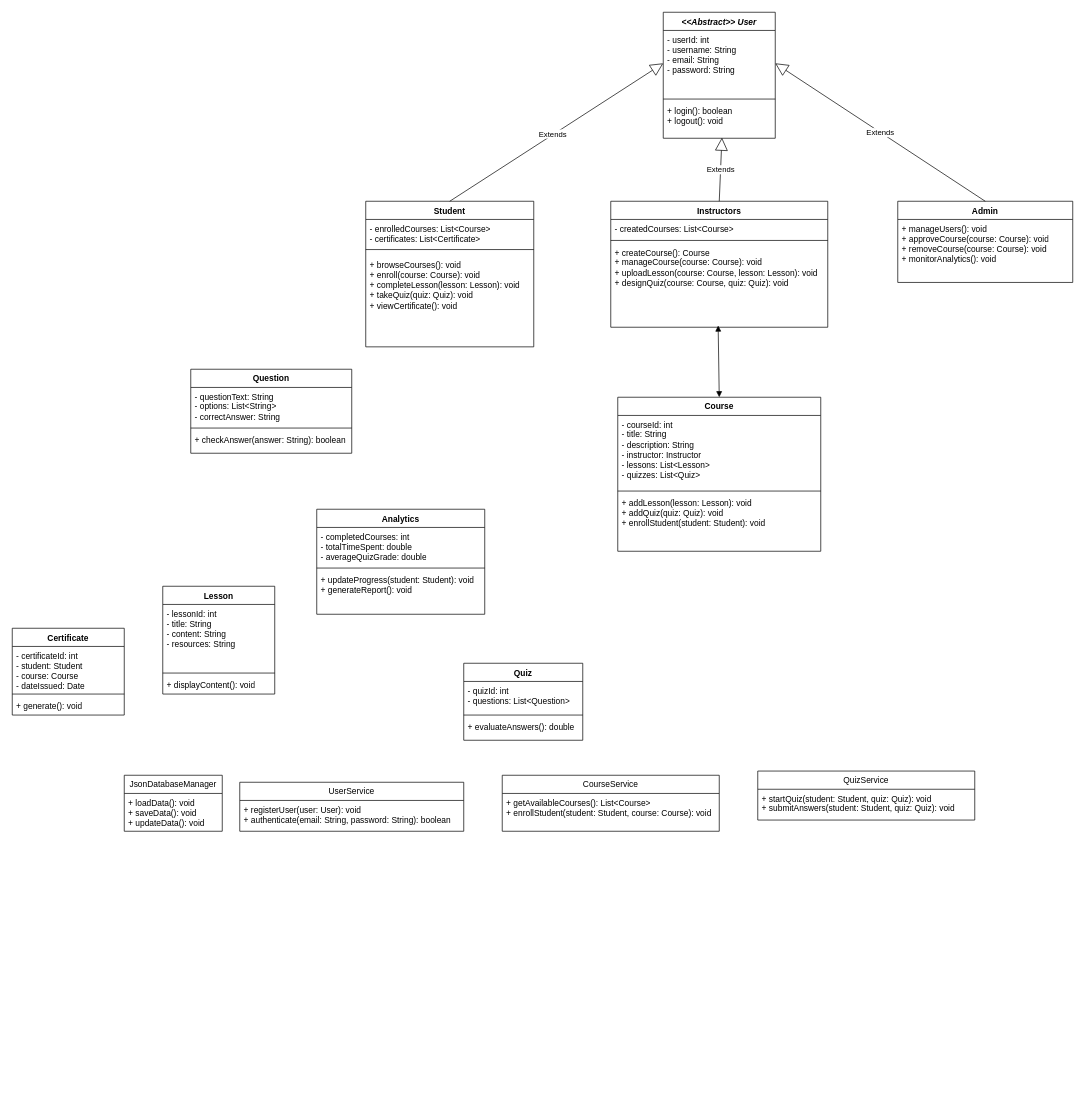
Above: Class.drawio in HazemMagdyIsmail/Lab6 (draw.io), before the change. Source tidied: cells renumbered, new cells numbered last; positions are measured from the earlier drawing's top-left corner, leaving out a move shared by most shapes. Both pictures are drawn from the tidied source at 70%, with x=0, y=0 at pixel (12, 12).
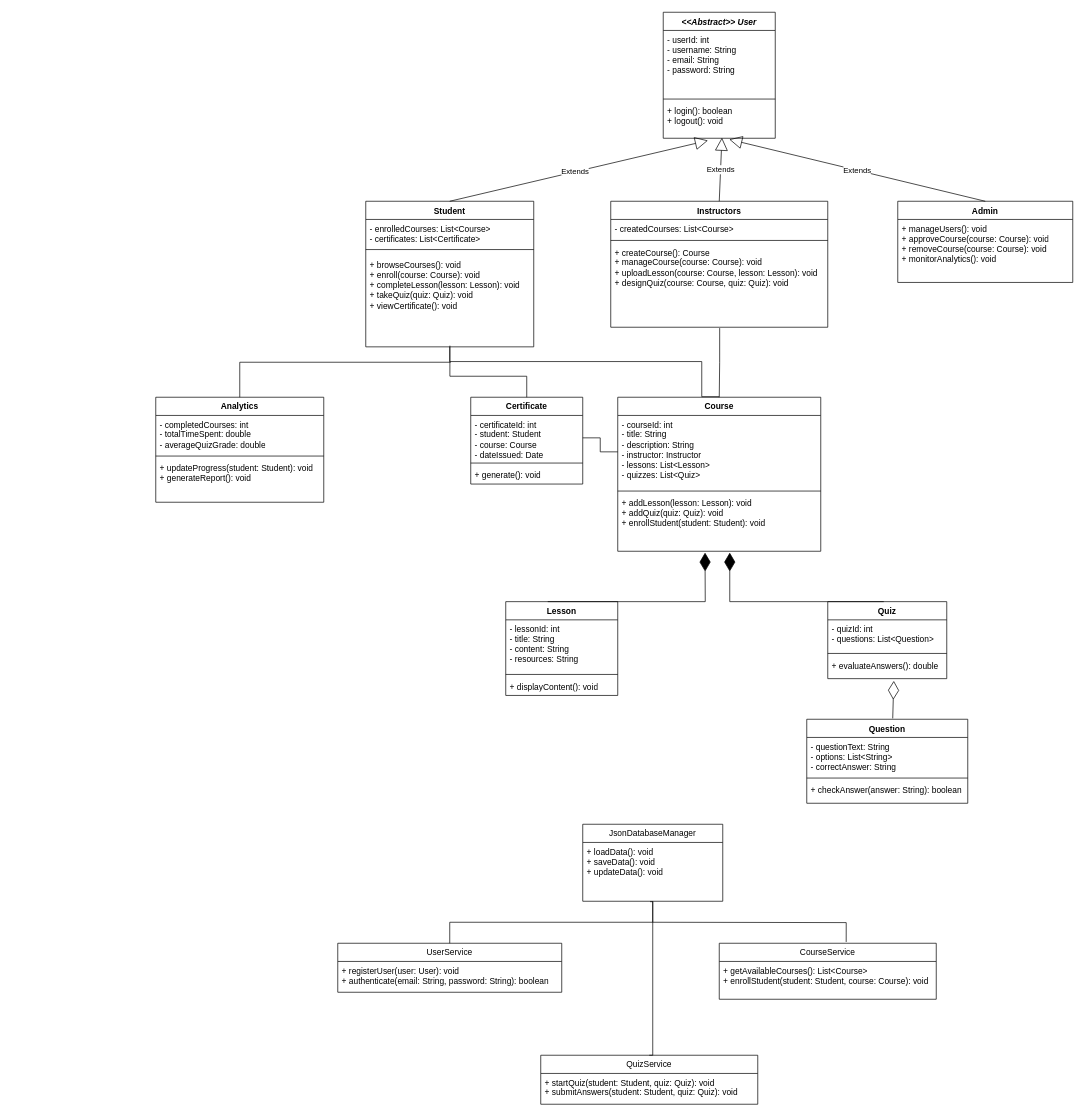
The same page after the edit.

Unchanged cells that the change refers to:
```xml
<mxCell id="3" value="&lt;div&gt;- userId: int&lt;/div&gt;&lt;div&gt;- username: String&lt;/div&gt;&lt;div&gt;- email: String&lt;/div&gt;&lt;div&gt;- password: String&lt;/div&gt;" style="text;strokeColor=none;fillColor=none;align=left;verticalAlign=top;spacingLeft=4;spacingRight=4;overflow=hidden;points=[[0,0.5],[1,0.5]];portConstraint=eastwest;whiteSpace=wrap;html=1;" parent="2" vertex="1">
  <mxGeometry y="26" width="160" height="94" as="geometry" />
</mxCell>
<mxCell id="5" value="&lt;div&gt;+ login(): boolean&lt;/div&gt;&lt;div&gt;+ logout(): void&lt;/div&gt;" style="text;strokeColor=none;fillColor=none;align=left;verticalAlign=top;spacingLeft=4;spacingRight=4;overflow=hidden;points=[[0,0.5],[1,0.5]];portConstraint=eastwest;whiteSpace=wrap;html=1;" parent="2" vertex="1">
  <mxGeometry y="128" width="160" height="52" as="geometry" />
</mxCell>
<mxCell id="6" value="Student" style="swimlane;fontStyle=1;align=center;verticalAlign=top;horizontal=1;startSize=26;whiteSpace=wrap;html=1;" parent="1" vertex="1">
  <mxGeometry x="505" y="270" width="240" height="208" as="geometry" />
</mxCell>
<mxCell id="9" value="&lt;div&gt;+ browseCourses(): void&lt;/div&gt;&lt;div&gt;+ enroll(course: Course): void&lt;/div&gt;&lt;div&gt;+ completeLesson(lesson: Lesson): void&lt;/div&gt;&lt;div&gt;+ takeQuiz(quiz: Quiz): void&lt;/div&gt;&lt;div&gt;+ viewCertificate(): void&lt;/div&gt;" style="text;strokeColor=none;fillColor=none;align=left;verticalAlign=top;spacingLeft=4;spacingRight=4;overflow=hidden;points=[[0,0.5],[1,0.5]];portConstraint=eastwest;whiteSpace=wrap;html=1;" parent="6" vertex="1">
  <mxGeometry y="78" width="240" height="130" as="geometry" />
</mxCell>
<mxCell id="13" value="&lt;div&gt;+ createCourse(): Course&lt;/div&gt;&lt;div&gt;+ manageCourse(course: Course): void&lt;/div&gt;&lt;div&gt;+ uploadLesson(course: Course, lesson: Lesson): void&lt;/div&gt;&lt;div&gt;+ designQuiz(course: Course, quiz: Quiz): void&lt;/div&gt;" style="text;strokeColor=none;fillColor=none;align=left;verticalAlign=top;spacingLeft=4;spacingRight=4;overflow=hidden;points=[[0,0.5],[1,0.5]];portConstraint=eastwest;whiteSpace=wrap;html=1;" parent="10" vertex="1">
  <mxGeometry y="60" width="310" height="120" as="geometry" />
</mxCell>
<mxCell id="14" value="Admin" style="swimlane;fontStyle=1;align=center;verticalAlign=top;horizontal=1;startSize=26;whiteSpace=wrap;html=1;" parent="1" vertex="1">
  <mxGeometry x="1265" y="270" width="250" height="116" as="geometry" />
</mxCell>
<mxCell id="23" value="+ evaluateAnswers(): double" style="text;strokeColor=none;fillColor=none;align=left;verticalAlign=top;spacingLeft=4;spacingRight=4;overflow=hidden;points=[[0,0.5],[1,0.5]];portConstraint=eastwest;whiteSpace=wrap;html=1;" parent="20" vertex="1">
  <mxGeometry y="78" width="170" height="32" as="geometry" />
</mxCell>
<mxCell id="29" value="&lt;div&gt;- certificateId: int&lt;/div&gt;&lt;div&gt;- student: Student&lt;/div&gt;&lt;div&gt;- course: Course&lt;/div&gt;&lt;div&gt;- dateIssued: Date&lt;/div&gt;" style="text;strokeColor=none;fillColor=none;align=left;verticalAlign=top;spacingLeft=4;spacingRight=4;overflow=hidden;points=[[0,0.5],[1,0.5]];portConstraint=eastwest;whiteSpace=wrap;html=1;" parent="28" vertex="1">
  <mxGeometry y="26" width="160" height="64" as="geometry" />
</mxCell>
<mxCell id="47" value="Course" style="swimlane;fontStyle=1;align=center;verticalAlign=top;horizontal=1;startSize=26;whiteSpace=wrap;html=1;" parent="1" vertex="1">
  <mxGeometry x="865" y="550" width="290" height="220" as="geometry" />
</mxCell>
<mxCell id="48" value="&lt;div&gt;- courseId: int&lt;/div&gt;&lt;div&gt;- title: String&lt;/div&gt;&lt;div&gt;- description: String&lt;/div&gt;&lt;div&gt;- instructor: Instructor&lt;/div&gt;&lt;div&gt;- lessons: List&amp;lt;Lesson&amp;gt;&lt;/div&gt;&lt;div&gt;- quizzes: List&amp;lt;Quiz&amp;gt;&lt;/div&gt;" style="text;strokeColor=none;fillColor=none;align=left;verticalAlign=top;spacingLeft=4;spacingRight=4;overflow=hidden;points=[[0,0.5],[1,0.5]];portConstraint=eastwest;whiteSpace=wrap;html=1;" parent="47" vertex="1">
  <mxGeometry y="26" width="290" height="104" as="geometry" />
</mxCell>
```

What changed in the source:
```diff
@@
     <mxCell id="16" value="Lesson" style="swimlane;fontStyle=1;align=center;verticalAlign=top;horizontal=1;startSize=26;whiteSpace=wrap;html=1;" parent="1" vertex="1">
-      <mxGeometry x="215" y="820" width="160" height="154" as="geometry" />
+      <mxGeometry x="705" y="842" width="160" height="134" as="geometry" />
     </mxCell>
     <mxCell id="17" value="&lt;div&gt;- lessonId: int&lt;/div&gt;&lt;div&gt;- title: String&lt;/div&gt;&lt;div&gt;- content: String&lt;/div&gt;&lt;div&gt;- resources: String&lt;/div&gt;" style="text;strokeColor=none;fillColor=none;align=left;verticalAlign=top;spacingLeft=4;spacingRight=4;overflow=hidden;whiteSpace=wrap;html=1;" parent="16" vertex="1">
-      <mxGeometry y="26" width="160" height="94" as="geometry" />
+      <mxGeometry y="26" width="160" height="74" as="geometry" />
     </mxCell>
     <mxCell id="18" style="line;strokeWidth=1;fillColor=none;align=left;verticalAlign=middle;spacingTop=-1;spacingLeft=3;spacingRight=3;labelPosition=right;strokeColor=inherit;" parent="16" vertex="1">
-      <mxGeometry y="120" width="160" height="8" as="geometry" />
+      <mxGeometry y="100" width="160" height="8" as="geometry" />
     </mxCell>
     <mxCell id="19" value="+ displayContent(): void" style="text;strokeColor=none;fillColor=none;align=left;verticalAlign=top;spacingLeft=4;spacingRight=4;overflow=hidden;whiteSpace=wrap;html=1;" parent="16" vertex="1">
-      <mxGeometry y="128" width="160" height="26" as="geometry" />
+      <mxGeometry y="108" width="160" height="26" as="geometry" />
     </mxCell>
     <mxCell id="20" value="Quiz" style="swimlane;fontStyle=1;align=center;verticalAlign=top;horizontal=1;startSize=26;whiteSpace=wrap;html=1;" parent="1" vertex="1">
-      <mxGeometry x="645" y="930" width="170" height="110" as="geometry" />
+      <mxGeometry x="1165" y="842" width="170" height="110" as="geometry" />
     </mxCell>
@@
     <mxCell id="24" value="Question" style="swimlane;fontStyle=1;align=center;verticalAlign=top;horizontal=1;startSize=26;whiteSpace=wrap;html=1;" parent="1" vertex="1">
-      <mxGeometry x="255" y="510" width="230" height="120" as="geometry" />
+      <mxGeometry x="1135" y="1010" width="230" height="120" as="geometry" />
     </mxCell>
@@
     <mxCell id="28" value="&lt;div&gt;Certificate&lt;/div&gt;&lt;div&gt;&lt;br&gt;&lt;/div&gt;" style="swimlane;fontStyle=1;align=center;verticalAlign=top;horizontal=1;startSize=26;whiteSpace=wrap;html=1;" parent="1" vertex="1">
-      <mxGeometry y="880" width="160" height="124" as="geometry" />
+      <mxGeometry x="655" y="550" width="160" height="124" as="geometry" />
     </mxCell>
@@
     <mxCell id="32" value="Analytics" style="swimlane;fontStyle=1;align=center;verticalAlign=top;horizontal=1;startSize=26;whiteSpace=wrap;html=1;" parent="1" vertex="1">
-      <mxGeometry x="435" y="710" width="240" height="150" as="geometry" />
+      <mxGeometry x="205" y="550" width="240" height="150" as="geometry" />
     </mxCell>
@@
     <mxCell id="36" value="JsonDatabaseManager" style="swimlane;fontStyle=0;horizontal=1;startSize=26;fillColor=none;whiteSpace=wrap;html=1;" parent="1" vertex="1">
-      <mxGeometry x="160" y="1090" width="140" height="80" as="geometry" />
+      <mxGeometry x="815" y="1160" width="200" height="110" as="geometry" />
     </mxCell>
     <mxCell id="37" value="&lt;div&gt;+ loadData(): void&lt;/div&gt;&lt;div&gt;+ saveData(): void&lt;/div&gt;&lt;div&gt;+ updateData(): void&lt;/div&gt;" style="text;strokeColor=none;fillColor=none;align=left;verticalAlign=top;spacingLeft=4;spacingRight=4;overflow=hidden;points=[[0,0.5],[1,0.5]];portConstraint=eastwest;whiteSpace=wrap;html=1;" parent="36" vertex="1">
-      <mxGeometry y="26" width="140" height="54" as="geometry" />
+      <mxGeometry y="26" width="200" height="84" as="geometry" />
     </mxCell>
     <mxCell id="38" value="&lt;div&gt;UserService&lt;/div&gt;" style="swimlane;fontStyle=0;horizontal=1;startSize=26;fillColor=none;whiteSpace=wrap;html=1;" parent="1" vertex="1">
-      <mxGeometry x="325" y="1100" width="320" height="70" as="geometry" />
+      <mxGeometry x="465" y="1330" width="320" height="70" as="geometry" />
     </mxCell>
@@
     <mxCell id="40" value="CourseService" style="swimlane;fontStyle=0;horizontal=1;startSize=26;fillColor=none;whiteSpace=wrap;html=1;" parent="1" vertex="1">
-      <mxGeometry x="700" y="1090" width="310" height="80" as="geometry" />
+      <mxGeometry x="1010" y="1330" width="310" height="80" as="geometry" />
     </mxCell>
@@
     <mxCell id="42" value="QuizService" style="swimlane;fontStyle=0;horizontal=1;startSize=26;fillColor=none;whiteSpace=wrap;html=1;" parent="1" vertex="1">
-      <mxGeometry x="1065" y="1084" width="310" height="70" as="geometry" />
+      <mxGeometry x="755" y="1490" width="310" height="70" as="geometry" />
     </mxCell>
@@
-    <mxCell id="44" value="Extends" style="endArrow=block;endSize=16;endFill=0;html=1;rounded=0;exitX=0.5;exitY=0;exitDx=0;exitDy=0;entryX=0;entryY=0.5;entryDx=0;entryDy=0;" parent="1" edge="1" source="6" target="3">
+    <mxCell id="44" value="Extends" style="endArrow=block;endSize=16;endFill=0;html=1;rounded=0;exitX=0.5;exitY=0;exitDx=0;exitDy=0;entryX=0.399;entryY=1.062;entryDx=0;entryDy=0;entryPerimeter=0;" parent="1" edge="1" source="6" target="5">
       <mxGeometry x="-0.03" y="1" relative="1" as="geometry" />
     </mxCell>
@@
-    <mxCell id="46" value="Extends" style="endArrow=block;endSize=16;endFill=0;html=1;rounded=0;exitX=0.5;exitY=0;exitDx=0;exitDy=0;entryX=1;entryY=0.5;entryDx=0;entryDy=0;" parent="1" edge="1" source="14" target="3">
+    <mxCell id="46" value="Extends" style="endArrow=block;endSize=16;endFill=0;html=1;rounded=0;exitX=0.5;exitY=0;exitDx=0;exitDy=0;entryX=0.589;entryY=1.031;entryDx=0;entryDy=0;entryPerimeter=0;" parent="1" edge="1" source="14" target="5">
       <mxGeometry relative="1" as="geometry" />
     </mxCell>
@@
-    <mxCell id="51" style="endArrow=block;startArrow=block;endFill=1;startFill=1;html=1;rounded=0;exitX=0.5;exitY=0;exitDx=0;exitDy=0;entryX=0.495;entryY=0.98;entryDx=0;entryDy=0;entryPerimeter=0;" parent="1" edge="1" source="47" target="13">
-      <mxGeometry relative="1" as="geometry" />
-    </mxCell>
+    <mxCell id="52" style="endArrow=none;html=1;edgeStyle=orthogonalEdgeStyle;rounded=0;entryX=0.5;entryY=0;entryDx=0;entryDy=0;exitX=0.502;exitY=1.01;exitDx=0;exitDy=0;exitPerimeter=0;" parent="1" edge="1" source="13" target="47">
+      <mxGeometry relative="1" as="geometry">
+        <Array as="points">
+          <mxPoint x="1011" y="500" />
+        </Array>
+      </mxGeometry>
+    </mxCell>
+    <mxCell id="53" style="endArrow=diamondThin;endFill=1;endSize=24;html=1;rounded=0;entryX=0.499;entryY=1.024;entryDx=0;entryDy=0;entryPerimeter=0;exitX=0.5;exitY=0;exitDx=0;exitDy=0;" parent="1" edge="1">
+      <mxGeometry relative="1" as="geometry">
+        <mxPoint x="765" y="842" as="sourcePoint" />
+        <mxPoint x="989.7" y="772" as="targetPoint" />
+        <Array as="points">
+          <mxPoint x="990" y="842" />
+        </Array>
+      </mxGeometry>
+    </mxCell>
+    <mxCell id="54" style="endArrow=diamondThin;endFill=1;endSize=24;html=1;rounded=0;entryX=0.499;entryY=1.024;entryDx=0;entryDy=0;entryPerimeter=0;exitX=0.5;exitY=0;exitDx=0;exitDy=0;" parent="1" edge="1">
+      <mxGeometry relative="1" as="geometry">
+        <mxPoint x="1245" y="842" as="sourcePoint" />
+        <mxPoint x="1025" y="772" as="targetPoint" />
+        <Array as="points">
+          <mxPoint x="1025" y="842" />
+        </Array>
+      </mxGeometry>
+    </mxCell>
+    <mxCell id="55" style="endArrow=diamondThin;endFill=0;endSize=24;html=1;rounded=0;entryX=0.555;entryY=1.1;entryDx=0;entryDy=0;entryPerimeter=0;exitX=0.534;exitY=-0.01;exitDx=0;exitDy=0;exitPerimeter=0;" parent="1" edge="1" source="24" target="23">
+      <mxGeometry relative="1" as="geometry" />
+    </mxCell>
+    <mxCell id="56" style="endArrow=none;html=1;edgeStyle=orthogonalEdgeStyle;rounded=0;exitX=0.484;exitY=1.001;exitDx=0;exitDy=0;exitPerimeter=0;entryX=0.486;entryY=-0.003;entryDx=0;entryDy=0;entryPerimeter=0;" parent="1" edge="1">
+      <mxGeometry relative="1" as="geometry">
+        <mxPoint x="625" y="478" as="sourcePoint" />
+        <mxPoint x="1009.8" y="549.2" as="targetPoint" />
+        <Array as="points">
+          <mxPoint x="625" y="499" />
+          <mxPoint x="985" y="499" />
+          <mxPoint x="985" y="549" />
+        </Array>
+      </mxGeometry>
+    </mxCell>
+    <mxCell id="57" style="endArrow=none;html=1;edgeStyle=orthogonalEdgeStyle;rounded=0;exitX=1;exitY=0.5;exitDx=0;exitDy=0;entryX=0;entryY=0.5;entryDx=0;entryDy=0;" parent="1" edge="1" source="29" target="48">
+      <mxGeometry relative="1" as="geometry" />
+    </mxCell>
+    <mxCell id="58" style="endArrow=none;html=1;edgeStyle=orthogonalEdgeStyle;rounded=0;entryX=0.5;entryY=0;entryDx=0;entryDy=0;exitX=0.501;exitY=0.987;exitDx=0;exitDy=0;exitPerimeter=0;" parent="1" edge="1" source="9" target="28">
+      <mxGeometry relative="1" as="geometry">
+        <Array as="points">
+          <mxPoint x="625" y="520" />
+          <mxPoint x="735" y="520" />
+        </Array>
+      </mxGeometry>
+    </mxCell>
+    <mxCell id="59" style="endArrow=none;html=1;edgeStyle=orthogonalEdgeStyle;rounded=0;entryX=0.506;entryY=1.019;entryDx=0;entryDy=0;entryPerimeter=0;" parent="1" edge="1">
+      <mxGeometry relative="1" as="geometry">
+        <mxPoint x="325" y="550" as="sourcePoint" />
+        <mxPoint x="626.4" y="500" as="targetPoint" />
+        <Array as="points">
+          <mxPoint x="325" y="500.5" />
+        </Array>
+      </mxGeometry>
+    </mxCell>
+    <mxCell id="60" style="endArrow=none;html=1;edgeStyle=orthogonalEdgeStyle;rounded=0;entryX=0.5;entryY=0;entryDx=0;entryDy=0;exitX=0.481;exitY=1.007;exitDx=0;exitDy=0;exitPerimeter=0;" parent="1" edge="1" source="37" target="42">
+      <mxGeometry relative="1" as="geometry">
+        <Array as="points">
+          <mxPoint x="915" y="1271" />
+          <mxPoint x="915" y="1490" />
+        </Array>
+      </mxGeometry>
+    </mxCell>
+    <mxCell id="61" style="endArrow=none;html=1;edgeStyle=orthogonalEdgeStyle;rounded=0;exitX=0.5;exitY=0;exitDx=0;exitDy=0;" parent="1" edge="1" source="38">
+      <mxGeometry relative="1" as="geometry">
+        <mxPoint x="915" y="1270" as="targetPoint" />
+        <Array as="points">
+          <mxPoint x="625" y="1300" />
+          <mxPoint x="915" y="1300" />
+        </Array>
+      </mxGeometry>
+    </mxCell>
+    <mxCell id="62" style="endArrow=none;html=1;edgeStyle=orthogonalEdgeStyle;rounded=0;entryX=0.585;entryY=-0.023;entryDx=0;entryDy=0;entryPerimeter=0;" parent="1" edge="1" target="40">
+      <mxGeometry relative="1" as="geometry">
+        <mxPoint x="915" y="1300" as="sourcePoint" />
+      </mxGeometry>
+    </mxCell>
```
